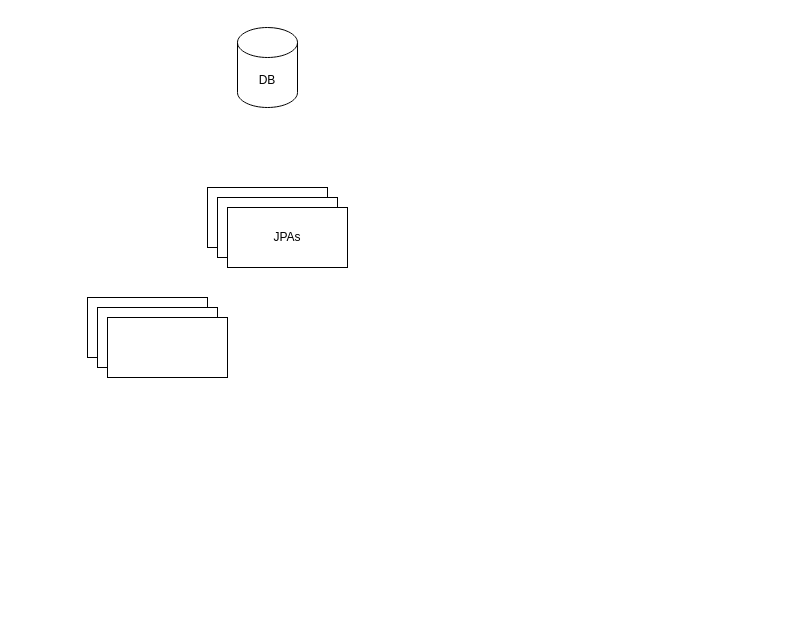
This is WebAPI.drawio from OMorlotti/P7-Developper-le-nouveau-systeme-d-information-de-la-bibliotheque-d-une-grande-ville, a draw.io file, before an edit. Source tidied: cells renumbered, new cells numbered last; positions are measured from the earlier drawing's top-left corner, leaving out a move shared by most shapes. Both pictures are drawn from the tidied source at 100%, with x=0, y=0 at pixel (87, 27).
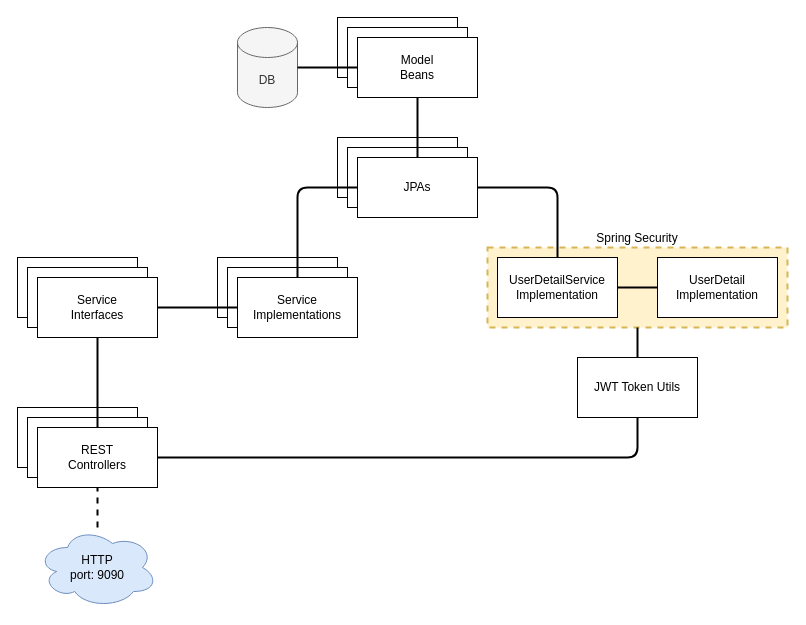
After the change.

What changed in the source:
```diff
@@
+    <mxCell id="9" value="Spring Security" style="rounded=0;whiteSpace=wrap;html=1;labelPosition=center;verticalLabelPosition=top;align=center;verticalAlign=bottom;dashed=1;strokeWidth=2;fillColor=#fff2cc;strokeColor=#d6b656;" parent="1" vertex="1">
+      <mxGeometry x="400" y="220" width="300" height="80" as="geometry" />
+    </mxCell>
+    <mxCell id="10" style="group;" parent="1" vertex="1">
+      <mxGeometry x="250" y="110" width="140" height="80" as="geometry" />
+    </mxCell>
-    <mxCell id="2" style="rounded=0;whiteSpace=wrap;html=1;" parent="1" vertex="1">
-      <mxGeometry x="120" y="160" width="120" height="60" as="geometry" />
+    <mxCell id="2" style="rounded=0;whiteSpace=wrap;html=1;" parent="10" vertex="1">
+      <mxGeometry width="120" height="60" as="geometry" />
     </mxCell>
-    <mxCell id="3" style="rounded=0;whiteSpace=wrap;html=1;" parent="1" vertex="1">
-      <mxGeometry x="130" y="170" width="120" height="60" as="geometry" />
+    <mxCell id="3" style="rounded=0;whiteSpace=wrap;html=1;" parent="10" vertex="1">
+      <mxGeometry x="10" y="10" width="120" height="60" as="geometry" />
     </mxCell>
-    <mxCell id="4" value="JPAs" style="rounded=0;whiteSpace=wrap;html=1;" parent="1" vertex="1">
-      <mxGeometry x="140" y="180" width="120" height="60" as="geometry" />
+    <mxCell id="4" value="JPAs" style="rounded=0;whiteSpace=wrap;html=1;" parent="10" vertex="1">
+      <mxGeometry x="20" y="20" width="120" height="60" as="geometry" />
     </mxCell>
+    <mxCell id="11" style="group;" parent="1" vertex="1">
+      <mxGeometry x="-70" y="380" width="140" height="80" as="geometry" />
+    </mxCell>
+    <mxCell id="12" style="rounded=0;whiteSpace=wrap;html=1;" parent="11" vertex="1">
+      <mxGeometry width="120" height="60" as="geometry" />
+    </mxCell>
+    <mxCell id="13" style="rounded=0;whiteSpace=wrap;html=1;" parent="11" vertex="1">
+      <mxGeometry x="10" y="10" width="120" height="60" as="geometry" />
+    </mxCell>
+    <mxCell id="14" value="REST&lt;br&gt;Controllers" style="rounded=0;whiteSpace=wrap;html=1;" parent="11" vertex="1">
+      <mxGeometry x="20" y="20" width="120" height="60" as="geometry" />
+    </mxCell>
+    <mxCell id="15" style="group;" parent="1" vertex="1">
+      <mxGeometry x="130" y="230" width="140" height="80" as="geometry" />
+    </mxCell>
+    <mxCell id="16" style="rounded=0;whiteSpace=wrap;html=1;" parent="15" vertex="1">
+      <mxGeometry width="120" height="60" as="geometry" />
+    </mxCell>
+    <mxCell id="17" style="rounded=0;whiteSpace=wrap;html=1;" parent="15" vertex="1">
+      <mxGeometry x="10" y="10" width="120" height="60" as="geometry" />
+    </mxCell>
+    <mxCell id="18" value="Service&lt;br&gt;Implementations" style="rounded=0;whiteSpace=wrap;html=1;" parent="15" vertex="1">
+      <mxGeometry x="20" y="20" width="120" height="60" as="geometry" />
+    </mxCell>
-    <mxCell id="5" value="DB" style="shape=cylinder3;whiteSpace=wrap;html=1;boundedLbl=1;backgroundOutline=1;size=15;" parent="1" vertex="1">
+    <mxCell id="5" value="DB" style="shape=cylinder3;whiteSpace=wrap;html=1;boundedLbl=1;backgroundOutline=1;size=15;fillColor=#f5f5f5;strokeColor=#666666;fontColor=#333333;" parent="1" vertex="1">
       <mxGeometry x="150" width="60" height="80" as="geometry" />
     </mxCell>
-    <mxCell id="6" style="rounded=0;whiteSpace=wrap;html=1;" parent="1" vertex="1">
-      <mxGeometry y="270" width="120" height="60" as="geometry" />
-    </mxCell>
-    <mxCell id="7" style="rounded=0;whiteSpace=wrap;html=1;" parent="1" vertex="1">
-      <mxGeometry x="10" y="280" width="120" height="60" as="geometry" />
-    </mxCell>
-    <mxCell id="8" style="rounded=0;whiteSpace=wrap;html=1;" parent="1" vertex="1">
-      <mxGeometry x="20" y="290" width="120" height="60" as="geometry" />
-    </mxCell>
+    <mxCell id="19" style="endArrow=none;html=1;entryX=0;entryY=0.5;entryDx=0;entryDy=0;exitX=0.5;exitY=0;exitDx=0;exitDy=0;edgeStyle=orthogonalEdgeStyle;strokeWidth=2;" parent="1" edge="1" source="18" target="4">
+      <mxGeometry relative="1" as="geometry" />
+    </mxCell>
+    <mxCell id="20" style="endArrow=none;html=1;strokeWidth=2;entryX=0;entryY=0.5;entryDx=0;entryDy=0;exitX=1;exitY=0.5;exitDx=0;exitDy=0;" parent="1" edge="1" source="25" target="18">
+      <mxGeometry relative="1" as="geometry" />
+    </mxCell>
+    <mxCell id="21" style="endArrow=none;html=1;strokeWidth=2;entryX=0.5;entryY=0;entryDx=0;entryDy=0;exitX=0.5;exitY=1;exitDx=0;exitDy=0;" parent="1" edge="1" source="25" target="14">
+      <mxGeometry relative="1" as="geometry" />
+    </mxCell>
+    <mxCell id="22" style="group;" parent="1" vertex="1">
+      <mxGeometry x="-70" y="230" width="140" height="80" as="geometry" />
+    </mxCell>
+    <mxCell id="23" style="rounded=0;whiteSpace=wrap;html=1;" parent="22" vertex="1">
+      <mxGeometry width="120" height="60" as="geometry" />
+    </mxCell>
+    <mxCell id="24" style="rounded=0;whiteSpace=wrap;html=1;" parent="22" vertex="1">
+      <mxGeometry x="10" y="10" width="120" height="60" as="geometry" />
+    </mxCell>
+    <mxCell id="25" value="Service&lt;br&gt;Interfaces" style="rounded=0;whiteSpace=wrap;html=1;" parent="22" vertex="1">
+      <mxGeometry x="20" y="20" width="120" height="60" as="geometry" />
+    </mxCell>
+    <mxCell id="26" style="group;" parent="1" vertex="1">
+      <mxGeometry x="250" y="-10" width="140" height="80" as="geometry" />
+    </mxCell>
+    <mxCell id="27" style="rounded=0;whiteSpace=wrap;html=1;" parent="26" vertex="1">
+      <mxGeometry width="120" height="60" as="geometry" />
+    </mxCell>
+    <mxCell id="28" style="rounded=0;whiteSpace=wrap;html=1;" parent="26" vertex="1">
+      <mxGeometry x="10" y="10" width="120" height="60" as="geometry" />
+    </mxCell>
+    <mxCell id="29" value="Model&lt;br&gt;Beans" style="rounded=0;whiteSpace=wrap;html=1;" parent="26" vertex="1">
+      <mxGeometry x="20" y="20" width="120" height="60" as="geometry" />
+    </mxCell>
+    <mxCell id="30" style="endArrow=none;html=1;strokeWidth=2;entryX=0;entryY=0.5;entryDx=0;entryDy=0;exitX=1;exitY=0.5;exitDx=0;exitDy=0;exitPerimeter=0;" parent="1" edge="1" source="5" target="29">
+      <mxGeometry relative="1" as="geometry" />
+    </mxCell>
+    <mxCell id="31" style="endArrow=none;html=1;strokeWidth=2;exitX=0.5;exitY=1;exitDx=0;exitDy=0;entryX=0.5;entryY=0;entryDx=0;entryDy=0;" parent="1" edge="1" source="29" target="4">
+      <mxGeometry relative="1" as="geometry" />
+    </mxCell>
+    <mxCell id="32" value="UserDetailService&lt;br&gt;Implementation" style="rounded=0;whiteSpace=wrap;html=1;" parent="1" vertex="1">
+      <mxGeometry x="410" y="230" width="120" height="60" as="geometry" />
+    </mxCell>
+    <mxCell id="33" value="UserDetail&lt;br&gt;Implementation" style="rounded=0;whiteSpace=wrap;html=1;" parent="1" vertex="1">
+      <mxGeometry x="570" y="230" width="120" height="60" as="geometry" />
+    </mxCell>
+    <mxCell id="34" style="endArrow=none;html=1;strokeWidth=2;entryX=0.5;entryY=0;entryDx=0;entryDy=0;exitX=1;exitY=0.5;exitDx=0;exitDy=0;" parent="1" edge="1" source="4" target="32">
+      <mxGeometry relative="1" as="geometry">
+        <Array as="points">
+          <mxPoint x="470" y="160" />
+        </Array>
+      </mxGeometry>
+    </mxCell>
+    <mxCell id="35" style="endArrow=none;html=1;strokeWidth=2;entryX=0;entryY=0.5;entryDx=0;entryDy=0;exitX=1;exitY=0.5;exitDx=0;exitDy=0;" parent="1" edge="1" source="32" target="33">
+      <mxGeometry relative="1" as="geometry" />
+    </mxCell>
+    <mxCell id="36" style="edgeStyle=orthogonalEdgeStyle;rounded=0;jettySize=auto;html=1;exitX=0.5;exitY=0;exitDx=0;exitDy=0;entryX=0.5;entryY=1;entryDx=0;entryDy=0;strokeWidth=2;endArrow=none;endFill=0;" parent="1" edge="1" source="37" target="9">
+      <mxGeometry relative="1" as="geometry" />
+    </mxCell>
+    <mxCell id="37" value="JWT Token Utils" style="rounded=0;whiteSpace=wrap;html=1;strokeWidth=1;" parent="1" vertex="1">
+      <mxGeometry x="490" y="330" width="120" height="60" as="geometry" />
+    </mxCell>
+    <mxCell id="38" style="endArrow=none;html=1;strokeWidth=2;entryX=0.5;entryY=1;entryDx=0;entryDy=0;exitX=1;exitY=0.5;exitDx=0;exitDy=0;" parent="1" edge="1" source="14" target="37">
+      <mxGeometry relative="1" as="geometry">
+        <Array as="points">
+          <mxPoint x="550" y="430" />
+        </Array>
+      </mxGeometry>
+    </mxCell>
+    <mxCell id="39" style="endArrow=none;dashed=1;html=1;strokeWidth=2;" parent="1" edge="1" source="40">
+      <mxGeometry relative="1" as="geometry">
+        <mxPoint x="10" y="460" as="targetPoint" />
+      </mxGeometry>
+    </mxCell>
+    <mxCell id="40" value="&lt;span&gt;HTTP&lt;/span&gt;&lt;br&gt;&lt;span&gt;port: 9090&lt;/span&gt;" style="ellipse;shape=cloud;whiteSpace=wrap;html=1;strokeWidth=1;fillColor=#dae8fc;strokeColor=#6c8ebf;" parent="1" vertex="1">
+      <mxGeometry x="-50" y="500" width="120" height="80" as="geometry" />
+    </mxCell>
```
